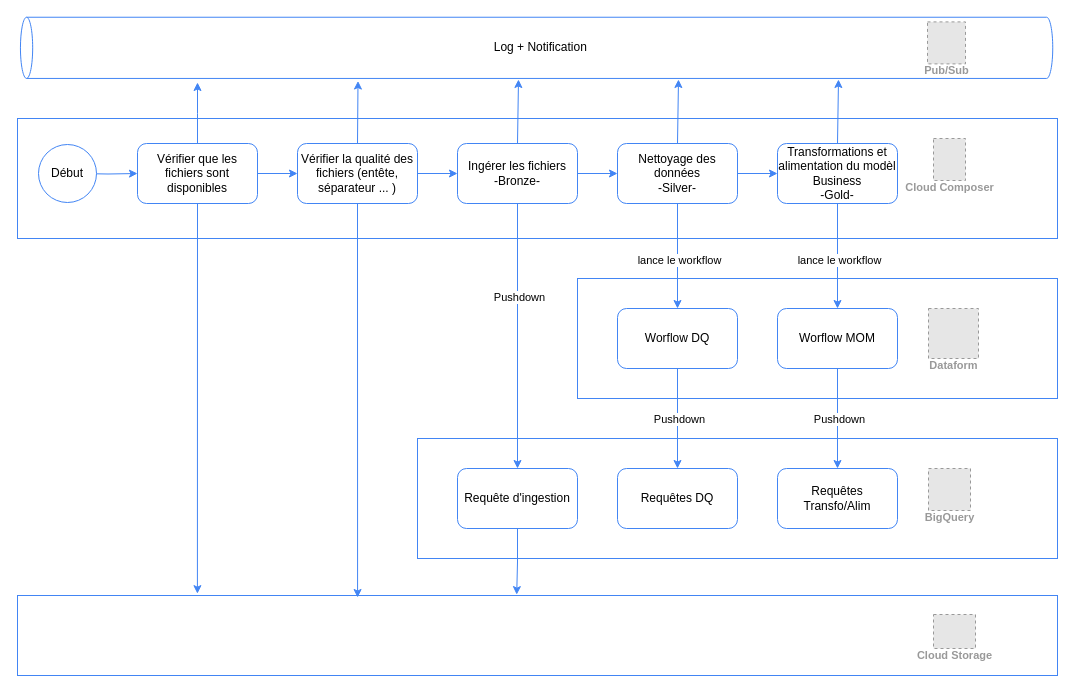
Above: page "Exemple de workflow" (3 of 3) of docs/GCP-Patterns.drawio in LyesN/GCP_LakeHouse (draw.io), before the change. Source tidied: cells renumbered, new cells numbered last; positions are measured from the earlier drawing's top-left corner, leaving out a move shared by most shapes. Both pictures are drawn from the tidied source at 100%, with x=0, y=0 at pixel (17, -469). Pictures stored in the file or linked from it are replaced by grey dashed boxes.
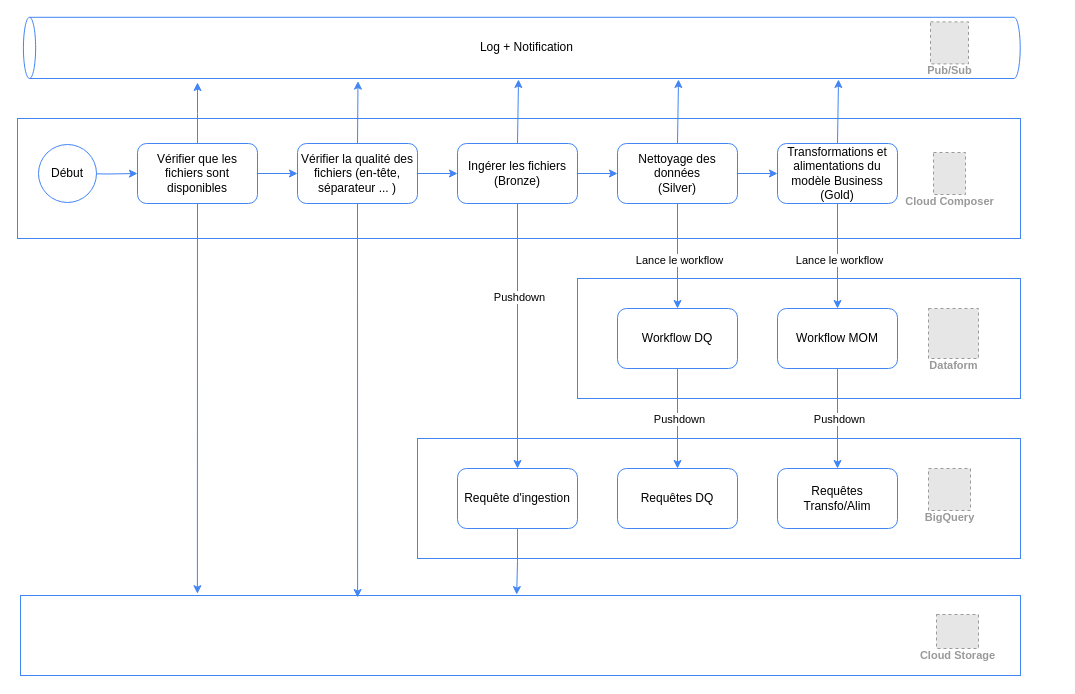
The same diagram, later.

The change refers to these unchanged cells:
```xml
<mxCell id="13" value="Vérifier que les fichiers sont disponibles" style="rounded=1;whiteSpace=wrap;html=1;strokeColor=light-dark(#4285f4, #ededed);fontColor=light-dark(#000000,#EDEDED);" parent="1" vertex="1">
  <mxGeometry x="120" y="612" width="120" height="60" as="geometry" />
</mxCell>
<mxCell id="23" value="Requête d'ingestion" style="rounded=1;whiteSpace=wrap;html=1;strokeColor=light-dark(#4285f4, #ededed);fontColor=light-dark(#000000,#EDEDED);" parent="1" vertex="1">
  <mxGeometry x="440" y="937" width="120" height="60" as="geometry" />
</mxCell>
<mxCell id="25" style="edgeStyle=orthogonalEdgeStyle;rounded=0;jettySize=auto;html=1;entryX=0.5;entryY=0;entryDx=0;entryDy=0;strokeColor=light-dark(#4285f4, #ededed);align=center;verticalAlign=middle;fontFamily=Helvetica;fontSize=11;fontColor=light-dark(#787878, #ededed);labelBackgroundColor=default;endArrow=classic;" parent="1" edge="1" source="28" target="31">
  <mxGeometry relative="1" as="geometry" />
</mxCell>
<mxCell id="35" style="edgeStyle=orthogonalEdgeStyle;rounded=0;jettySize=auto;html=1;entryX=0.5;entryY=0;entryDx=0;entryDy=0;strokeColor=light-dark(#4285f4, #ededed);align=center;verticalAlign=middle;fontFamily=Helvetica;fontSize=11;fontColor=light-dark(#787878, #ededed);labelBackgroundColor=default;endArrow=classic;" parent="1" edge="1" source="37" target="40">
  <mxGeometry relative="1" as="geometry" />
</mxCell>
```

Diff of the diagram source:
```diff
@@
     <mxCell id="2" style="rounded=0;whiteSpace=wrap;html=1;strokeColor=light-dark(#4285f4, #ededed);" parent="1" vertex="1">
-      <mxGeometry y="1064" width="1040" height="80" as="geometry" />
+      <mxGeometry x="3" y="1064" width="1000" height="80" as="geometry" />
     </mxCell>
     <mxCell id="3" style="rounded=0;whiteSpace=wrap;html=1;strokeColor=light-dark(#4285f4, #ededed);" parent="1" vertex="1">
-      <mxGeometry x="400" y="907" width="640" height="120" as="geometry" />
+      <mxGeometry x="400" y="907" width="603" height="120" as="geometry" />
     </mxCell>
@@
     <mxCell id="5" style="rounded=0;whiteSpace=wrap;html=1;strokeColor=light-dark(#4285f4, #ededed);" parent="1" vertex="1">
-      <mxGeometry x="560" y="747" width="480" height="120" as="geometry" />
+      <mxGeometry x="560" y="747" width="443" height="120" as="geometry" />
     </mxCell>
@@
-    <mxCell id="7" style="rounded=0;whiteSpace=wrap;html=1;strokeColor=light-dark(#4285f4, #ededed);fillColor=none;" parent="1" vertex="1">
-      <mxGeometry y="587" width="1040" height="120" as="geometry" />
+    <mxCell id="7" style="rounded=0;whiteSpace=wrap;html=1;strokeColor=light-dark(#4285f4, #ededed);fillColor=default;" parent="1" vertex="1">
+      <mxGeometry y="587" width="1003" height="120" as="geometry" />
     </mxCell>
     <mxCell id="8" value="Cloud&amp;nbsp;Composer" style="fillColor=#E6E6E6;strokeColor=#999999;dashed=1;html=1;verticalAlign=top;labelPosition=center;verticalLabelPosition=bottom;align=center;spacingTop=-6;fontSize=11;fontStyle=1;fontColor=#999999;" parent="1" vertex="1">
-      <mxGeometry x="916" y="607" width="32" height="42" as="geometry" />
+      <mxGeometry x="916" y="621" width="32" height="42" as="geometry" />
     </mxCell>
     <mxCell id="9" value="Cloud&amp;nbsp;Storage" style="fillColor=#E6E6E6;strokeColor=#999999;dashed=1;html=1;verticalAlign=top;labelPosition=center;verticalLabelPosition=bottom;align=center;spacingTop=-6;fontSize=11;fontStyle=1;fontColor=#999999;" parent="1" vertex="1">
-      <mxGeometry x="916" y="1083" width="42" height="34" as="geometry" />
+      <mxGeometry x="919" y="1083" width="42" height="34" as="geometry" />
     </mxCell>
@@
-    <mxCell id="14" style="endArrow=classic;html=1;rounded=0;exitX=0.5;exitY=1;exitDx=0;exitDy=0;entryX=0.173;entryY=-0.023;entryDx=0;entryDy=0;entryPerimeter=0;strokeColor=light-dark(#4285f4, #ededed);" parent="1" edge="1" source="13" target="2">
-      <mxGeometry relative="1" as="geometry" />
+    <mxCell id="14" style="endArrow=classic;html=1;rounded=0;exitX=0.5;exitY=1;exitDx=0;exitDy=0;entryX=0.173;entryY=-0.023;entryDx=0;entryDy=0;entryPerimeter=0;strokeColor=light-dark(#4285f4, #ededed);" parent="1" edge="1" source="13">
+      <mxGeometry relative="1" as="geometry">
+        <mxPoint x="179.9" y="1062.2" as="targetPoint" />
+      </mxGeometry>
     </mxCell>
@@
-    <mxCell id="16" value="Vérifier la qualité des fichiers (entête, séparateur ... )" style="rounded=1;whiteSpace=wrap;html=1;strokeColor=light-dark(#4285f4, #ededed);fontColor=light-dark(#000000,#EDEDED);" parent="1" vertex="1">
+    <mxCell id="16" value="Vérifier la qualité des fichiers (en-tête, séparateur ... )" style="rounded=1;whiteSpace=wrap;html=1;strokeColor=light-dark(#4285f4, #ededed);fontColor=light-dark(#000000,#EDEDED);" parent="1" vertex="1">
       <mxGeometry x="280" y="612" width="120" height="60" as="geometry" />
     </mxCell>
-    <mxCell id="17" style="endArrow=classic;html=1;rounded=0;exitX=0.5;exitY=1;exitDx=0;exitDy=0;entryX=0.327;entryY=0.025;entryDx=0;entryDy=0;entryPerimeter=0;strokeColor=light-dark(#4285f4, #ededed);" parent="1" edge="1" source="16" target="2">
-      <mxGeometry relative="1" as="geometry" />
+    <mxCell id="17" style="endArrow=classic;html=1;rounded=0;exitX=0.5;exitY=1;exitDx=0;exitDy=0;entryX=0.327;entryY=0.025;entryDx=0;entryDy=0;entryPerimeter=0;strokeColor=light-dark(#4285f4, #ededed);" parent="1" edge="1" source="16">
+      <mxGeometry relative="1" as="geometry">
+        <mxPoint x="340.1" y="1066" as="targetPoint" />
+      </mxGeometry>
     </mxCell>
     <mxCell id="18" value="Log + Notification" style="shape=cylinder3;whiteSpace=wrap;html=1;fixedSize=1;size=6.114654541015625;textDirection=vertical-lr;boundedLbl=1;backgroundOutline=1;rotation=-90;fontColor=light-dark(#000000,#EDEDED);strokeColor=light-dark(#4285f4, #ededed);" parent="1" vertex="1">
-      <mxGeometry x="488.5" y="0.2" width="61.2" height="1032.3" as="geometry" />
+      <mxGeometry x="473.7" y="18" width="61.2" height="996.8" as="geometry" />
     </mxCell>
@@
-    <mxCell id="22" value="Ingérer les fichiers&lt;div&gt;-Bronze-&lt;/div&gt;" style="rounded=1;whiteSpace=wrap;html=1;strokeColor=light-dark(#4285f4, #ededed);fontColor=light-dark(#000000,#EDEDED);" parent="1" vertex="1">
+    <mxCell id="22" value="Ingérer les fichiers&lt;div&gt;(Bronze)&lt;/div&gt;" style="rounded=1;whiteSpace=wrap;html=1;strokeColor=light-dark(#4285f4, #ededed);fontColor=light-dark(#000000,#EDEDED);" parent="1" vertex="1">
       <mxGeometry x="440" y="612" width="120" height="60" as="geometry" />
     </mxCell>
@@
-    <mxCell id="24" style="edgeStyle=orthogonalEdgeStyle;rounded=0;jettySize=auto;html=1;strokeColor=light-dark(#4285f4, #ededed);align=center;verticalAlign=middle;fontFamily=Helvetica;fontSize=11;fontColor=light-dark(#787878, #ededed);labelBackgroundColor=default;endArrow=classic;entryX=0.48;entryY=-0.011;entryDx=0;entryDy=0;entryPerimeter=0;" parent="1" edge="1" source="23" target="2">
-      <mxGeometry relative="1" as="geometry" />
+    <mxCell id="24" style="edgeStyle=orthogonalEdgeStyle;rounded=0;jettySize=auto;html=1;strokeColor=light-dark(#4285f4, #ededed);align=center;verticalAlign=middle;fontFamily=Helvetica;fontSize=11;fontColor=light-dark(#787878, #ededed);labelBackgroundColor=default;endArrow=classic;entryX=0.48;entryY=-0.011;entryDx=0;entryDy=0;entryPerimeter=0;" parent="1" edge="1" source="23">
+      <mxGeometry relative="1" as="geometry">
+        <mxPoint x="499.2" y="1063.1" as="targetPoint" />
+      </mxGeometry>
     </mxCell>
@@
-    <mxCell id="26" value="lance le workflow" style="edgeLabel;html=1;align=center;verticalAlign=middle;fontColor=light-dark(#000000,#EDEDED);rounded=0;strokeColor=light-dark(#4285f4, #ededed);fontFamily=Helvetica;fontSize=11;labelBackgroundColor=default;" parent="25" vertex="1">
+    <mxCell id="26" value="Lance le workflow" style="edgeLabel;html=1;align=center;verticalAlign=middle;fontColor=light-dark(#000000,#EDEDED);rounded=0;strokeColor=light-dark(#4285f4, #ededed);fontFamily=Helvetica;fontSize=11;labelBackgroundColor=default;" parent="25" vertex="1">
       <mxGeometry x="0.09" y="1" relative="1" as="geometry">
         <mxPoint y="-1" as="offset" />
       </mxGeometry>
     </mxCell>
@@
-    <mxCell id="28" value="Nettoyage des données&lt;div&gt;-Silver-&lt;/div&gt;" style="rounded=1;whiteSpace=wrap;html=1;strokeColor=light-dark(#4285f4, #ededed);fontColor=light-dark(#000000,#EDEDED);" parent="1" vertex="1">
+    <mxCell id="28" value="Nettoyage des données&lt;div&gt;(Silver)&lt;/div&gt;" style="rounded=1;whiteSpace=wrap;html=1;strokeColor=light-dark(#4285f4, #ededed);fontColor=light-dark(#000000,#EDEDED);" parent="1" vertex="1">
       <mxGeometry x="600" y="612" width="120" height="60" as="geometry" />
     </mxCell>
@@
-    <mxCell id="31" value="Worflow DQ" style="rounded=1;whiteSpace=wrap;html=1;strokeColor=light-dark(#4285f4, #ededed);fontColor=light-dark(#000000,#EDEDED);" parent="1" vertex="1">
+    <mxCell id="31" value="Workflow&amp;nbsp;DQ" style="rounded=1;whiteSpace=wrap;html=1;strokeColor=light-dark(#4285f4, #ededed);fontColor=light-dark(#000000,#EDEDED);" parent="1" vertex="1">
       <mxGeometry x="600" y="777" width="120" height="60" as="geometry" />
     </mxCell>
@@
     <mxCell id="33" value="Pub/Sub" style="fillColor=#E6E6E6;strokeColor=#999999;dashed=1;html=1;verticalAlign=top;labelPosition=center;verticalLabelPosition=bottom;align=center;spacingTop=-6;fontSize=11;fontStyle=1;fontColor=#999999;" parent="1" vertex="1">
-      <mxGeometry x="910" y="490.4" width="38" height="42" as="geometry" />
+      <mxGeometry x="913" y="490.4" width="38" height="42" as="geometry" />
     </mxCell>
@@
-    <mxCell id="36" value="lance le workflow" style="edgeLabel;html=1;align=center;verticalAlign=middle;fontColor=light-dark(#000000,#EDEDED);rounded=0;strokeColor=light-dark(#4285f4, #ededed);fontFamily=Helvetica;fontSize=11;labelBackgroundColor=default;" parent="35" vertex="1">
+    <mxCell id="36" value="Lance le workflow" style="edgeLabel;html=1;align=center;verticalAlign=middle;fontColor=light-dark(#000000,#EDEDED);rounded=0;strokeColor=light-dark(#4285f4, #ededed);fontFamily=Helvetica;fontSize=11;labelBackgroundColor=default;" parent="35" vertex="1">
       <mxGeometry x="0.09" y="1" relative="1" as="geometry">
         <mxPoint y="-1" as="offset" />
       </mxGeometry>
     </mxCell>
-    <mxCell id="37" value="Transformations et alimentation du modèl Business&lt;br&gt;&lt;div&gt;-Gold-&lt;/div&gt;" style="rounded=1;whiteSpace=wrap;html=1;strokeColor=light-dark(#4285f4, #ededed);fontColor=light-dark(#000000,#EDEDED);" parent="1" vertex="1">
+    <mxCell id="37" value="Transformations et alimentations du modèle Business&lt;br&gt;&lt;div&gt;(Gold)&lt;/div&gt;" style="rounded=1;whiteSpace=wrap;html=1;strokeColor=light-dark(#4285f4, #ededed);fontColor=light-dark(#000000,#EDEDED);" parent="1" vertex="1">
       <mxGeometry x="760" y="612" width="120" height="60" as="geometry" />
     </mxCell>
@@
-    <mxCell id="40" value="Worflow MOM" style="rounded=1;whiteSpace=wrap;html=1;strokeColor=light-dark(#4285f4, #ededed);fontColor=light-dark(#000000,#EDEDED);" parent="1" vertex="1">
+    <mxCell id="40" value="Workflow MOM" style="rounded=1;whiteSpace=wrap;html=1;strokeColor=light-dark(#4285f4, #ededed);fontColor=light-dark(#000000,#EDEDED);" parent="1" vertex="1">
       <mxGeometry x="760" y="777" width="120" height="60" as="geometry" />
     </mxCell>
@@
-    <mxCell id="42" style="endArrow=classic;html=1;rounded=0;exitX=0.5;exitY=0;exitDx=0;exitDy=0;strokeColor=light-dark(#4285f4, #ededed);entryX=-0.042;entryY=0.327;entryDx=0;entryDy=0;entryPerimeter=0;" parent="1" edge="1" source="16" target="18">
-      <mxGeometry relative="1" as="geometry" />
+    <mxCell id="42" style="endArrow=classic;html=1;rounded=0;exitX=0.5;exitY=0;exitDx=0;exitDy=0;strokeColor=light-dark(#4285f4, #ededed);entryX=-0.042;entryY=0.327;entryDx=0;entryDy=0;entryPerimeter=0;" parent="1" edge="1" source="16">
+      <mxGeometry relative="1" as="geometry">
+        <mxPoint x="340.5" y="549.6" as="targetPoint" />
+      </mxGeometry>
     </mxCell>
```
